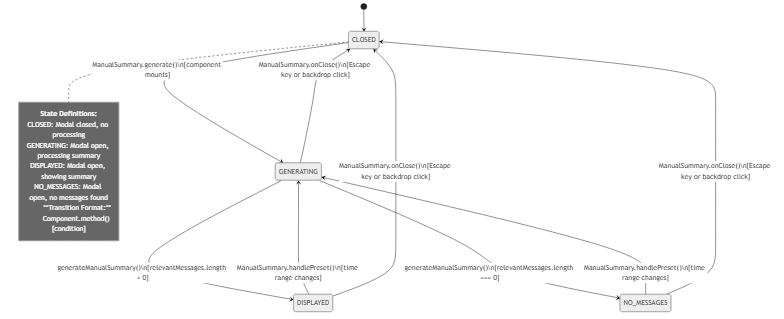
This is docs/diagrams/state_diagram.png from JamezM546/Web-Based-Discord-Clone, a Mermaid export, as it was before one commit. Its source is kept beside it as docs/diagrams/state_diagram.mmd. Its diagram source:
```mermaid
stateDiagram-v2

    [*] --> CLOSED

    CLOSED --> GENERATING : ManualSummary.generate()\n[component mounts]

    GENERATING --> DISPLAYED : generateManualSummary()\n[relevantMessages.length > 0]
    GENERATING --> NO_MESSAGES : generateManualSummary()\n[relevantMessages.length === 0]

    DISPLAYED --> GENERATING : ManualSummary.handlePreset()\n[time range changes]

    NO_MESSAGES --> GENERATING : ManualSummary.handlePreset()\n[time range changes]

    GENERATING --> CLOSED : ManualSummary.onClose()\n[Escape key or backdrop click]
    DISPLAYED --> CLOSED : ManualSummary.onClose()\n[Escape key or backdrop click]
    NO_MESSAGES --> CLOSED : ManualSummary.onClose()\n[Escape key or backdrop click]

    note right of CLOSED
        **State Definitions:**
        CLOSED: Modal closed, no processing
        GENERATING: Modal open, processing summary
        DISPLAYED: Modal open, showing summary
        NO_MESSAGES: Modal open, no messages found

        **Transition Format:**
        Component.method() [condition]
    end note
```
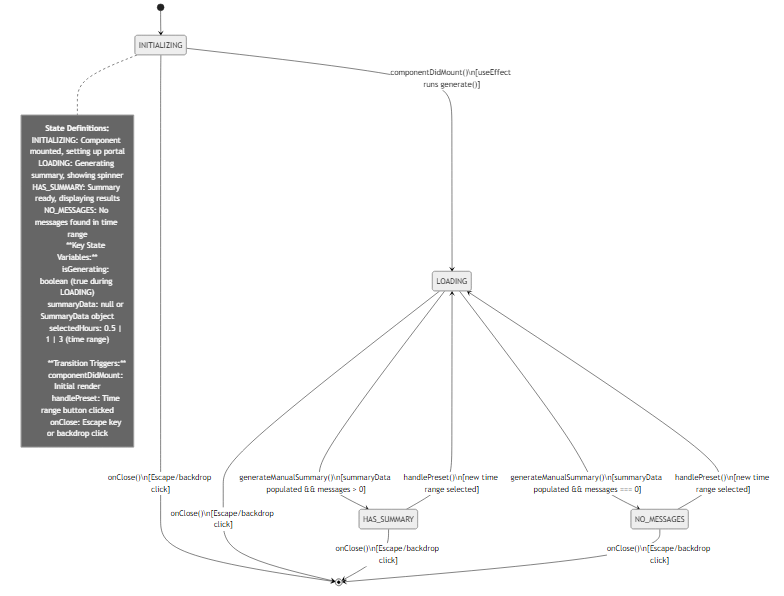
The same file after the commit.

Commit message:
Improve state diagram for manual summary dev spec

- Updated states to accurately reflect ManualSummary.tsx implementation
- Changed states from CLOSED/GENERATING/DISPLAYED/NO_MESSAGES to INITIALIZING/LOADING/HAS_SUMMARY/NO_MESSAGES
- Added proper state definitions and key state variables
- Clarified transition triggers and conditions
- Regenerated PNG diagram

Diff of the diagram source:
```diff
@@ -1,27 +1,34 @@
 stateDiagram-v2
 
-    [*] --> CLOSED
+    [*] --> INITIALIZING
 
-    CLOSED --> GENERATING : ManualSummary.generate()\n[component mounts]
+    INITIALIZING --> LOADING : componentDidMount()\n[useEffect runs generate()]
 
-    GENERATING --> DISPLAYED : generateManualSummary()\n[relevantMessages.length > 0]
-    GENERATING --> NO_MESSAGES : generateManualSummary()\n[relevantMessages.length === 0]
+    LOADING --> HAS_SUMMARY : generateManualSummary()\n[summaryData populated && messages > 0]
+    LOADING --> NO_MESSAGES : generateManualSummary()\n[summaryData populated && messages === 0]
 
-    DISPLAYED --> GENERATING : ManualSummary.handlePreset()\n[time range changes]
+    HAS_SUMMARY --> LOADING : handlePreset()\n[new time range selected]
+    NO_MESSAGES --> LOADING : handlePreset()\n[new time range selected]
 
-    NO_MESSAGES --> GENERATING : ManualSummary.handlePreset()\n[time range changes]
+    INITIALIZING --> [*] : onClose()\n[Escape/backdrop click]
+    LOADING --> [*] : onClose()\n[Escape/backdrop click]
+    HAS_SUMMARY --> [*] : onClose()\n[Escape/backdrop click]
+    NO_MESSAGES --> [*] : onClose()\n[Escape/backdrop click]
 
-    GENERATING --> CLOSED : ManualSummary.onClose()\n[Escape key or backdrop click]
-    DISPLAYED --> CLOSED : ManualSummary.onClose()\n[Escape key or backdrop click]
-    NO_MESSAGES --> CLOSED : ManualSummary.onClose()\n[Escape key or backdrop click]
+    note right of INITIALIZING
+        **State Definitions:**
+        INITIALIZING: Component mounted, setting up portal
+        LOADING: Generating summary, showing spinner
+        HAS_SUMMARY: Summary ready, displaying results
+        NO_MESSAGES: No messages found in time range
 
-    note right of CLOSED
-        **State Definitions:**
-        CLOSED: Modal closed, no processing
-        GENERATING: Modal open, processing summary
-        DISPLAYED: Modal open, showing summary
-        NO_MESSAGES: Modal open, no messages found
+        **Key State Variables:**
+        isGenerating: boolean (true during LOADING)
+        summaryData: null or SummaryData object
+        selectedHours: 0.5 | 1 | 3 (time range)
 
-        **Transition Format:**
-        Component.method() [condition]
+        **Transition Triggers:**
+        componentDidMount: Initial render
+        handlePreset: Time range button clicked
+        onClose: Escape key or backdrop click
     end note
```
